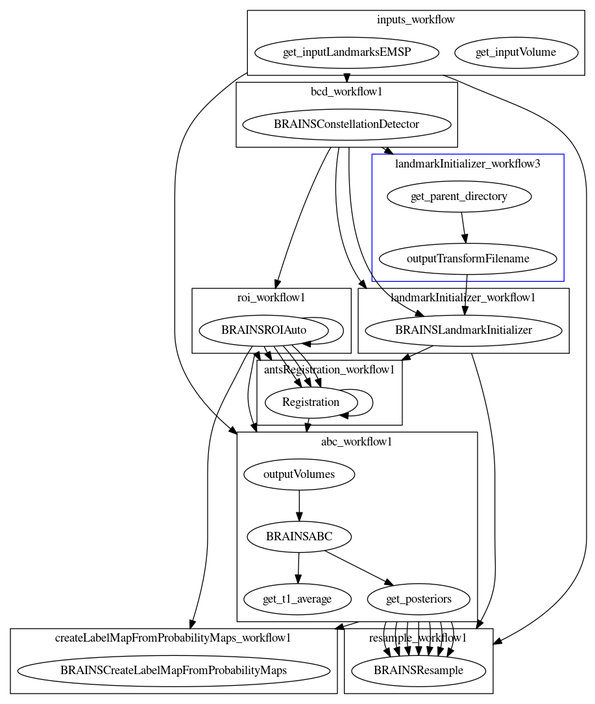
This is graphs_argon/processing_nested.png from BRAINSia/BRAINSPydra, a Graphviz export, as it was before one commit. Its source is kept beside it as graphs_argon/processing_nested.dot. Source of this version:
```dot
digraph G {
compound=true
subgraph cluster_inputs_workflow {
label = inputs_workflow
get_inputVolume
get_inputLandmarksEMSP
}
subgraph cluster_bcd_workflow1 {
label = bcd_workflow1
BRAINSConstellationDetector
}
subgraph cluster_roi_workflow1 {
label = roi_workflow1
BRAINSROIAuto
}
subgraph cluster_landmarkInitializer_workflow1 {
label = landmarkInitializer_workflow1
BRAINSLandmarkInitializer
}
subgraph cluster_landmarkInitializer_workflow2 {
label = landmarkInitializer_workflow2
BRAINSLandmarkInitializer
}
subgraph cluster_resample_workflow1 {
label = resample_workflow1
BRAINSResample
}
subgraph cluster_roi_workflow2 {
label = roi_workflow2
BRAINSROIAuto
}
subgraph cluster_antsRegistration_workflow1 {
label = antsRegistration_workflow1
Registration
}
subgraph cluster_antsRegistration_workflow2 {
label = antsRegistration_workflow2
Registration
}
subgraph cluster_abc_workflow1 {
label = abc_workflow1
outputVolumes
BRAINSABC
get_t1_average
get_posteriors
outputVolumes -> BRAINSABC
BRAINSABC -> get_t1_average
BRAINSABC -> get_posteriors
}
subgraph cluster_resample_workflow2 {
label = resample_workflow2
BRAINSResample
}
subgraph cluster_resample_workflow3 {
label = resample_workflow3
BRAINSResample
}
subgraph cluster_resample_workflow4 {
label = resample_workflow4
BRAINSResample
}
subgraph cluster_resample_workflow5 {
label = resample_workflow5
BRAINSResample
}
subgraph cluster_resample_workflow6 {
label = resample_workflow6
BRAINSResample
}
subgraph cluster_resample_workflow7 {
label = resample_workflow7
BRAINSResample
}
subgraph cluster_resample_workflow8 {
label = resample_workflow8
BRAINSResample
}
subgraph cluster_createLabelMapFromProbabilityMaps_workflow1 {
label = createLabelMapFromProbabilityMaps_workflow1
BRAINSCreateLabelMapFromProbabilityMaps
}
subgraph cluster_landmarkInitializer_workflow3 {
label = landmarkInitializer_workflow3
get_parent_directory
outputTransformFilename
BRAINSLandmarkInitializer
get_parent_directory -> outputTransformFilename
outputTransformFilename -> BRAINSLandmarkInitializer
color=blue
}
get_inputLandmarksEMSP -> BRAINSConstellationDetector [ltail=cluster_inputs_workflow, lhead=cluster_bcd_workflow1]
BRAINSConstellationDetector -> BRAINSROIAuto [ltail=cluster_bcd_workflow1, lhead=cluster_roi_workflow1]
BRAINSConstellationDetector -> BRAINSLandmarkInitializer [ltail=cluster_bcd_workflow1, lhead=cluster_landmarkInitializer_workflow1]
BRAINSConstellationDetector -> BRAINSLandmarkInitializer [ltail=cluster_bcd_workflow1, lhead=cluster_landmarkInitializer_workflow2]
get_inputLandmarksEMSP -> BRAINSResample [ltail=cluster_inputs_workflow, lhead=cluster_resample_workflow1]
BRAINSLandmarkInitializer -> BRAINSResample [ltail=cluster_landmarkInitializer_workflow1, lhead=cluster_resample_workflow1]
BRAINSROIAuto -> BRAINSROIAuto [ltail=cluster_roi_workflow1, lhead=cluster_roi_workflow2]
BRAINSROIAuto -> Registration [ltail=cluster_roi_workflow1, lhead=cluster_antsRegistration_workflow1]
BRAINSROIAuto -> Registration [ltail=cluster_roi_workflow2, lhead=cluster_antsRegistration_workflow1]
BRAINSLandmarkInitializer -> Registration [ltail=cluster_landmarkInitializer_workflow2, lhead=cluster_antsRegistration_workflow1]
BRAINSROIAuto -> Registration [ltail=cluster_roi_workflow1, lhead=cluster_antsRegistration_workflow2]
BRAINSROIAuto -> Registration [ltail=cluster_roi_workflow2, lhead=cluster_antsRegistration_workflow2]
Registration -> Registration [ltail=cluster_antsRegistration_workflow1, lhead=cluster_antsRegistration_workflow2]
BRAINSROIAuto -> outputVolumes [ltail=cluster_roi_workflow1, lhead=cluster_abc_workflow1]
get_inputLandmarksEMSP -> outputVolumes [ltail=cluster_inputs_workflow, lhead=cluster_abc_workflow1]
Registration -> outputVolumes [ltail=cluster_antsRegistration_workflow2, lhead=cluster_abc_workflow1]
get_posteriors -> BRAINSResample [ltail=cluster_abc_workflow1, lhead=cluster_resample_workflow2]
get_posteriors -> BRAINSResample [ltail=cluster_abc_workflow1, lhead=cluster_resample_workflow3]
get_posteriors -> BRAINSResample [ltail=cluster_abc_workflow1, lhead=cluster_resample_workflow4]
get_posteriors -> BRAINSResample [ltail=cluster_abc_workflow1, lhead=cluster_resample_workflow5]
get_posteriors -> BRAINSResample [ltail=cluster_abc_workflow1, lhead=cluster_resample_workflow6]
get_posteriors -> BRAINSResample [ltail=cluster_abc_workflow1, lhead=cluster_resample_workflow7]
get_posteriors -> BRAINSResample [ltail=cluster_abc_workflow1, lhead=cluster_resample_workflow8]
get_posteriors -> BRAINSCreateLabelMapFromProbabilityMaps [ltail=cluster_abc_workflow1, lhead=cluster_createLabelMapFromProbabilityMaps_workflow1]
BRAINSROIAuto -> BRAINSCreateLabelMapFromProbabilityMaps [ltail=cluster_roi_workflow2, lhead=cluster_createLabelMapFromProbabilityMaps_workflow1]
BRAINSConstellationDetector -> get_parent_directory [ltail=cluster_bcd_workflow1, lhead=cluster_landmarkInitializer_workflow3]
}
```
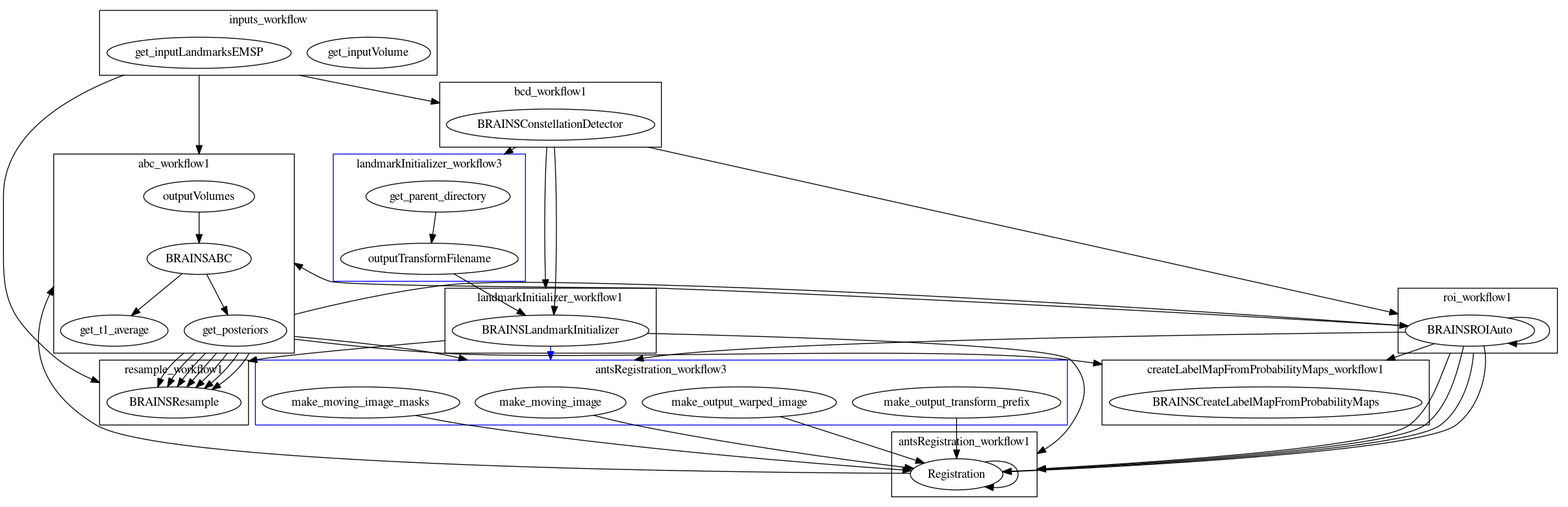
After the commit.

Diff of the diagram source:
```diff
@@ -88,6 +88,23 @@
 outputTransformFilename -> BRAINSLandmarkInitializer
 color=blue
 }
+subgraph cluster_roi_workflow3 {
+label = roi_workflow3
+BRAINSROIAuto
+}
+subgraph cluster_antsRegistration_workflow3 {
+label = antsRegistration_workflow3
+make_moving_image
+make_moving_image_masks
+make_output_transform_prefix
+make_output_warped_image
+Registration
+make_moving_image -> Registration
+make_moving_image_masks -> Registration
+make_output_transform_prefix -> Registration
+make_output_warped_image -> Registration
+color=blue
+}
 get_inputLandmarksEMSP -> BRAINSConstellationDetector [ltail=cluster_inputs_workflow, lhead=cluster_bcd_workflow1]
 BRAINSConstellationDetector -> BRAINSROIAuto [ltail=cluster_bcd_workflow1, lhead=cluster_roi_workflow1]
 BRAINSConstellationDetector -> BRAINSLandmarkInitializer [ltail=cluster_bcd_workflow1, lhead=cluster_landmarkInitializer_workflow1]
@@ -114,4 +131,8 @@
 get_posteriors -> BRAINSCreateLabelMapFromProbabilityMaps [ltail=cluster_abc_workflow1, lhead=cluster_createLabelMapFromProbabilityMaps_workflow1]
 BRAINSROIAuto -> BRAINSCreateLabelMapFromProbabilityMaps [ltail=cluster_roi_workflow2, lhead=cluster_createLabelMapFromProbabilityMaps_workflow1]
 BRAINSConstellationDetector -> get_parent_directory [ltail=cluster_bcd_workflow1, lhead=cluster_landmarkInitializer_workflow3]
+get_posteriors -> BRAINSROIAuto [ltail=cluster_abc_workflow1, lhead=cluster_roi_workflow3]
+get_posteriors -> make_moving_image [ltail=cluster_abc_workflow1, lhead=cluster_antsRegistration_workflow3]
+BRAINSROIAuto -> make_moving_image [ltail=cluster_roi_workflow3, lhead=cluster_antsRegistration_workflow3]
+BRAINSLandmarkInitializer -> make_moving_image [ltail=cluster_landmarkInitializer_workflow3, lhead=cluster_antsRegistration_workflow3] [color=blue]
 }
```
